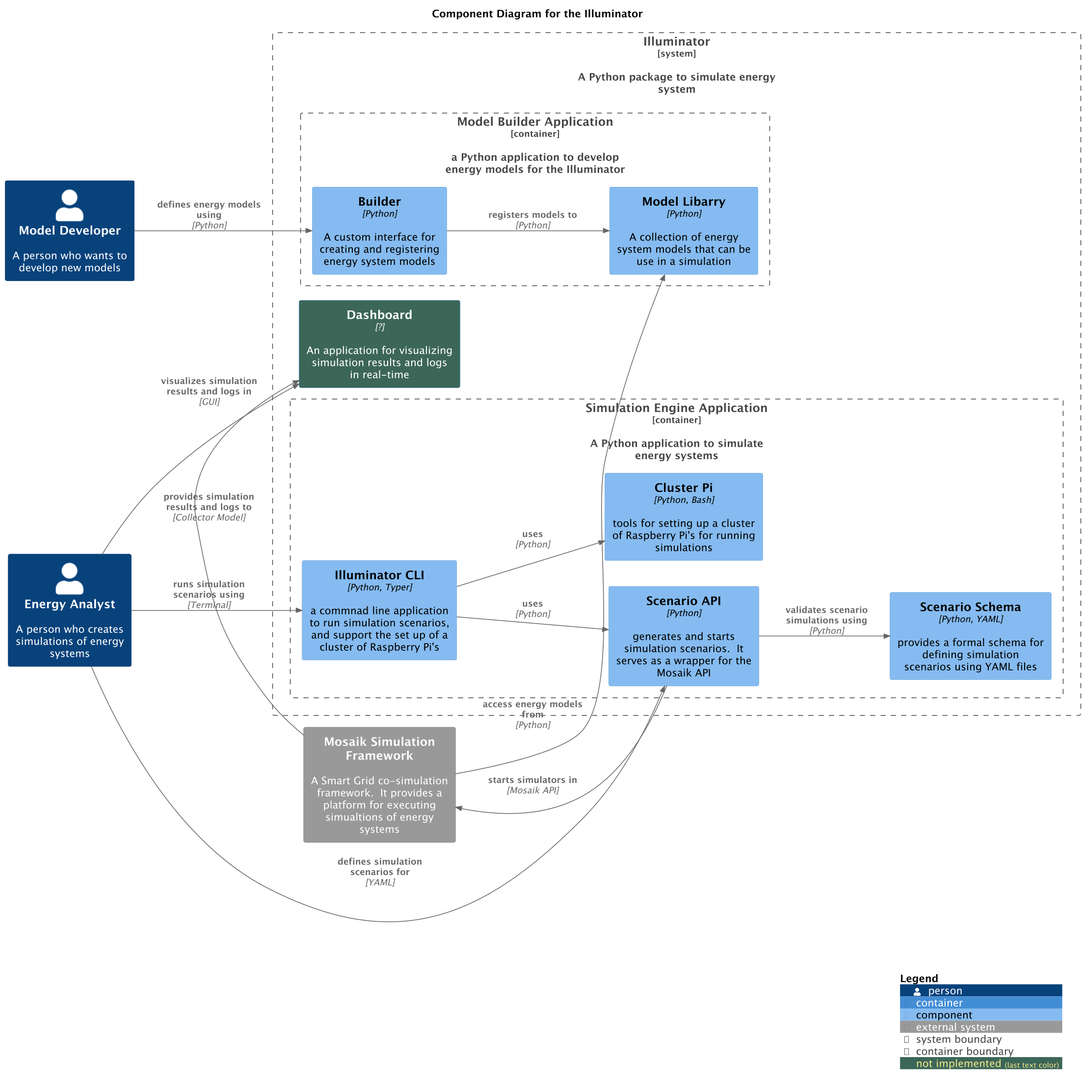
Before: docs/_static/img/components.png, a diagram exported from PlantUML (Illuminator-team/Illuminator). Source of this version:
```plantuml
@startuml
!include https://raw.githubusercontent.com/plantuml-stdlib/C4-PlantUML/master/C4_Component.puml

scale 1.5
LAYOUT_LANDSCAPE()
title Component Diagram for the Illuminator

AddElementTag("not implemented", $bgColor="#3c6658")

Person(modelDeveloper, "Model Developer", "A person who wants to develop new models")
Person(energyAnalyst, "Energy Analyst", "A person who creates simulations of energy systems")

System_Ext(mosaik, "Mosaik Simulation Framework", "A Smart Grid co-simulation framework.  It provides a platform for executing  simualtions of energy systems")

System_Boundary(illuminatorSys, "Illuminator", $descr="A Python package to simulate energy system") {

    Container(dashboard, "Dashboard", "?", "An application for visualizing simulation results and logs in real-time", $tags="not implemented")

    Container_Boundary(builderApp, "Model Builder Application", "Python", $descr="a Python application to develop energy models for the Illuminator") {
        Component(modelBuilder, "Builder", "Python", "A custom interface for creating and registering energy system models")
        Component(modelLibrary, "Model Libarry", "Python", "A collection of energy system models that can be use in a simulation")

        Rel(modelBuilder, modelLibrary, "registers models to", "Python")
        Rel(modelDeveloper, modelBuilder, "defines energy models using", "Python")

    }
    Container_Boundary(simulationEngine, "Simulation Engine Application", "Python", $descr="A Python application to simulate energy systems") {
        Component(scenarioApi, "Scenario API", "Python", "generates and starts simulation scenarios.  It serves as a wrapper for the Mosaik API")
        Component(clusterPi, "Cluster Pi", "Python, Bash", "tools for setting up a cluster of Raspberry Pi's for running simulations")
        Component(cli, "Illuminator CLI", "Python, Typer", "a commnad line application to run simulation scenarios, and support the set up of a cluster of Raspberry Pi's")

        Component(scenarioSchema, "Scenario Schema", "Python, YAML", "provides a formal schema for defining simulation scenarios using YAML files")

        Rel(cli, scenarioApi, "uses", "Python")
        Rel(cli, clusterPi, "uses", "Python")
        Rel(scenarioApi, scenarioSchema, "validates scenario simulations using", "Python")

}

    Rel(scenarioApi, mosaik, "starts simulators in", "Mosaik API")
    Rel(mosaik, dashboard, "provides simulation results and logs to", "Collector Model")

}


Rel(mosaik, modelLibrary, "access energy models from", "Python")

Rel(energyAnalyst, scenarioApi, "defines simulation scenarios for", "YAML")
Rel(energyAnalyst, cli, "runs simulation scenarios using", "Terminal")

Rel(energyAnalyst,dashboard, "visualizes simulation results and logs in", "GUI")


SHOW_LEGEND()
@enduml
```
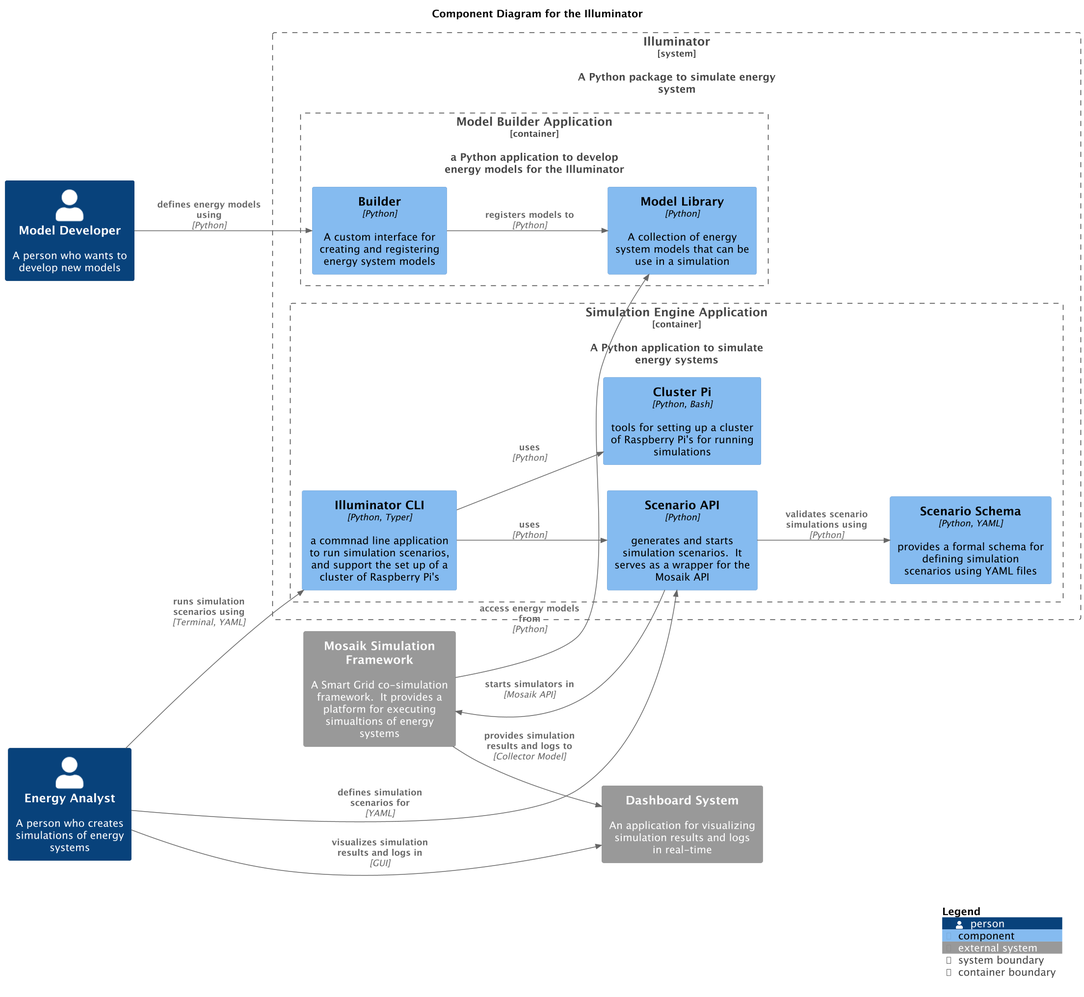
Above is the later version.

Commit message:
Correct example model filename and improve clarity in software architecture documentation

Diff of the diagram source:
```diff
@@ -12,13 +12,13 @@
 
 System_Ext(mosaik, "Mosaik Simulation Framework", "A Smart Grid co-simulation framework.  It provides a platform for executing  simualtions of energy systems")
 
+System_Ext(dashboard, "Dashboard System",  "An application for visualizing simulation results and logs in real-time")
+
 System_Boundary(illuminatorSys, "Illuminator", $descr="A Python package to simulate energy system") {
-
-    Container(dashboard, "Dashboard", "?", "An application for visualizing simulation results and logs in real-time", $tags="not implemented")
 
     Container_Boundary(builderApp, "Model Builder Application", "Python", $descr="a Python application to develop energy models for the Illuminator") {
         Component(modelBuilder, "Builder", "Python", "A custom interface for creating and registering energy system models")
-        Component(modelLibrary, "Model Libarry", "Python", "A collection of energy system models that can be use in a simulation")
+        Component(modelLibrary, "Model Library", "Python", "A collection of energy system models that can be use in a simulation")
 
         Rel(modelBuilder, modelLibrary, "registers models to", "Python")
         Rel(modelDeveloper, modelBuilder, "defines energy models using", "Python")
@@ -46,7 +46,7 @@
 Rel(mosaik, modelLibrary, "access energy models from", "Python")
 
 Rel(energyAnalyst, scenarioApi, "defines simulation scenarios for", "YAML")
-Rel(energyAnalyst, cli, "runs simulation scenarios using", "Terminal")
+Rel(energyAnalyst, cli, "runs simulation scenarios using", "Terminal, YAML")
 
 Rel(energyAnalyst,dashboard, "visualizes simulation results and logs in", "GUI")
 
```
